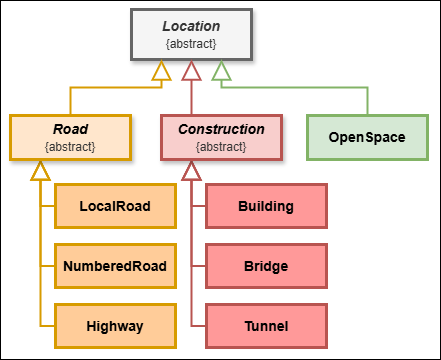
oasis-tcs/openc2-jadn-im keeps this draw.io diagram as images/Inheritance-Example-Vert.drawio.png. Above is the earlier version. Source tidied: cells renumbered, new cells last; positions are measured from the earlier drawing's top-left corner, leaving out a move shared by most shapes. Source of this version:
```xml
<mxGraphModel background="#FFFFFF">
  <root>
    <mxCell id="0" />
    <mxCell id="1" value="Background" parent="0" />
    <mxCell id="2" style="rounded=0;whiteSpace=wrap;html=1;" parent="1" vertex="1">
      <mxGeometry width="440" height="359" as="geometry" />
    </mxCell>
    <mxCell id="3" value="Inheritance Tree" parent="0" />
    <mxCell id="4" value="&lt;div&gt;&lt;span style=&quot;background-color: transparent; color: light-dark(rgb(51, 51, 51), rgb(193, 193, 193));&quot;&gt;&lt;i style=&quot;&quot;&gt;Location&lt;/i&gt;&lt;/span&gt;&lt;/div&gt;&lt;div&gt;&lt;span style=&quot;font-size: 12px; font-weight: 400;&quot;&gt;{abstract}&lt;/span&gt;&lt;span style=&quot;background-color: transparent; color: light-dark(rgb(51, 51, 51), rgb(193, 193, 193));&quot;&gt;&lt;/span&gt;&lt;/div&gt;" style="rounded=0;whiteSpace=wrap;html=1;fontStyle=1;fontSize=14;fillColor=#f5f5f5;fontColor=#333333;strokeColor=#666666;strokeWidth=3;shadow=1;" parent="3" vertex="1">
      <mxGeometry x="131" y="9" width="120" height="50" as="geometry" />
    </mxCell>
    <mxCell id="5" style="endArrow=block;endSize=16;endFill=0;html=1;rounded=0;entryX=0.75;entryY=1;entryDx=0;entryDy=0;exitX=0.5;exitY=0;exitDx=0;exitDy=0;edgeStyle=orthogonalEdgeStyle;strokeWidth=2;strokeColor=#82B366;" parent="3" edge="1" source="20" target="4">
      <mxGeometry relative="1" as="geometry" />
    </mxCell>
    <mxCell id="6" style="endArrow=block;endSize=16;endFill=0;html=1;rounded=0;entryX=0.25;entryY=1;entryDx=0;entryDy=0;exitX=0.5;exitY=0;exitDx=0;exitDy=0;edgeStyle=orthogonalEdgeStyle;strokeWidth=2;strokeColor=#D79B00;" parent="3" edge="1" source="21" target="4">
      <mxGeometry relative="1" as="geometry" />
    </mxCell>
    <mxCell id="7" style="endArrow=block;endSize=16;endFill=0;html=1;rounded=0;exitX=0.25;exitY=0;exitDx=0;exitDy=0;strokeWidth=2;entryX=0.5;entryY=1;entryDx=0;entryDy=0;strokeColor=#B85450;" parent="3" edge="1" source="22" target="4">
      <mxGeometry relative="1" as="geometry" />
    </mxCell>
    <mxCell id="8" style="endArrow=block;endSize=16;endFill=0;html=1;rounded=0;entryX=0.25;entryY=1;entryDx=0;entryDy=0;exitX=0;exitY=0.5;exitDx=0;exitDy=0;edgeStyle=orthogonalEdgeStyle;strokeWidth=2;strokeColor=#D79B00;" parent="3" edge="1" source="14" target="21">
      <mxGeometry relative="1" as="geometry" />
    </mxCell>
    <mxCell id="9" style="endArrow=block;endSize=16;endFill=0;html=1;rounded=0;entryX=0.25;entryY=1;entryDx=0;entryDy=0;exitX=0;exitY=0.5;exitDx=0;exitDy=0;edgeStyle=orthogonalEdgeStyle;strokeWidth=2;strokeColor=#D79B00;" parent="3" edge="1" source="15" target="21">
      <mxGeometry relative="1" as="geometry" />
    </mxCell>
    <mxCell id="10" style="endArrow=block;endSize=16;endFill=0;html=1;rounded=0;exitX=0;exitY=0.5;exitDx=0;exitDy=0;edgeStyle=orthogonalEdgeStyle;strokeWidth=2;entryX=0.25;entryY=1;entryDx=0;entryDy=0;strokeColor=#D79B00;" parent="3" edge="1" source="16" target="21">
      <mxGeometry relative="1" as="geometry" />
    </mxCell>
    <mxCell id="11" style="endArrow=block;endSize=16;endFill=0;html=1;rounded=0;exitX=0;exitY=0.5;exitDx=0;exitDy=0;edgeStyle=orthogonalEdgeStyle;strokeWidth=2;strokeColor=#B85450;entryX=0.25;entryY=1;entryDx=0;entryDy=0;" parent="3" edge="1" source="19" target="22">
      <mxGeometry relative="1" as="geometry" />
    </mxCell>
    <mxCell id="12" style="endArrow=block;endSize=16;endFill=0;html=1;rounded=0;exitX=0;exitY=0.5;exitDx=0;exitDy=0;edgeStyle=orthogonalEdgeStyle;strokeWidth=2;strokeColor=#B85450;entryX=0.25;entryY=1;entryDx=0;entryDy=0;" parent="3" edge="1" source="17" target="22">
      <mxGeometry relative="1" as="geometry" />
    </mxCell>
    <mxCell id="13" style="endArrow=block;endSize=16;endFill=0;html=1;rounded=0;exitX=0;exitY=0.5;exitDx=0;exitDy=0;edgeStyle=orthogonalEdgeStyle;strokeWidth=2;strokeColor=#B85450;entryX=0.25;entryY=1;entryDx=0;entryDy=0;" parent="3" edge="1" source="18" target="22">
      <mxGeometry relative="1" as="geometry" />
    </mxCell>
    <mxCell id="14" value="LocalRoad" style="rounded=0;whiteSpace=wrap;html=1;fontStyle=1;fontSize=14;fillColor=#FFCC99;strokeColor=#d79b00;strokeWidth=3;" parent="3" vertex="1">
      <mxGeometry x="55" y="184" width="120" height="43" as="geometry" />
    </mxCell>
    <mxCell id="15" value="NumberedRoad" style="rounded=0;whiteSpace=wrap;html=1;fontStyle=1;fontSize=14;fillColor=#FFCC99;strokeColor=#d79b00;strokeWidth=3;" parent="3" vertex="1">
      <mxGeometry x="55" y="244" width="120" height="43" as="geometry" />
    </mxCell>
    <mxCell id="16" value="Highway" style="rounded=0;whiteSpace=wrap;html=1;fontStyle=1;fontSize=14;fillColor=#FFCC99;strokeColor=#d79b00;strokeWidth=3;" parent="3" vertex="1">
      <mxGeometry x="55" y="304" width="120" height="43" as="geometry" />
    </mxCell>
    <mxCell id="17" value="Building" style="rounded=0;whiteSpace=wrap;html=1;fontStyle=1;fontSize=14;fillColor=#FF9999;strokeColor=#b85450;strokeWidth=3;" parent="3" vertex="1">
      <mxGeometry x="206" y="184" width="120" height="43" as="geometry" />
    </mxCell>
    <mxCell id="18" value="Tunnel" style="rounded=0;whiteSpace=wrap;html=1;fontStyle=1;fontSize=14;fillColor=#FF9999;strokeColor=#b85450;strokeWidth=3;" parent="3" vertex="1">
      <mxGeometry x="206" y="304" width="120" height="43" as="geometry" />
    </mxCell>
    <mxCell id="19" value="Bridge" style="rounded=0;whiteSpace=wrap;html=1;fontStyle=1;fontSize=14;fillColor=#FF9999;strokeColor=#b85450;strokeWidth=3;" parent="3" vertex="1">
      <mxGeometry x="206" y="244" width="120" height="43" as="geometry" />
    </mxCell>
    <mxCell id="20" value="OpenSpace" style="rounded=0;whiteSpace=wrap;html=1;fontStyle=1;fontSize=14;fillColor=#d5e8d4;strokeColor=#82b366;strokeWidth=3;" parent="3" vertex="1">
      <mxGeometry x="307" y="115" width="120" height="44" as="geometry" />
    </mxCell>
    <mxCell id="21" value="&lt;div&gt;&lt;i style=&quot;&quot;&gt;Road&lt;/i&gt;&lt;/div&gt;&lt;div&gt;&lt;span style=&quot;color: rgb(51, 51, 51); font-size: 12px; font-weight: 400;&quot;&gt;{abstract}&lt;/span&gt;&lt;/div&gt;" style="rounded=0;whiteSpace=wrap;html=1;fontStyle=1;fontSize=14;fillColor=#ffe6cc;strokeColor=#d79b00;strokeWidth=3;shadow=1;" parent="3" vertex="1">
      <mxGeometry x="10" y="115" width="120" height="44" as="geometry" />
    </mxCell>
    <mxCell id="22" value="&lt;div&gt;&lt;span style=&quot;background-color: transparent; color: light-dark(rgb(0, 0, 0), rgb(255, 255, 255));&quot;&gt;&lt;i style=&quot;&quot;&gt;Construction&lt;/i&gt;&lt;/span&gt;&lt;/div&gt;&lt;div&gt;&lt;span style=&quot;color: rgb(51, 51, 51); font-size: 12px; font-weight: 400;&quot;&gt;{abstract}&lt;/span&gt;&lt;span style=&quot;background-color: transparent; color: light-dark(rgb(0, 0, 0), rgb(255, 255, 255)); font-weight: normal;&quot;&gt;&lt;i&gt;&lt;/i&gt;&lt;/span&gt;&lt;/div&gt;" style="rounded=0;whiteSpace=wrap;html=1;fontStyle=1;fontSize=14;fillColor=#f8cecc;strokeColor=#b85450;strokeWidth=3;shadow=1;" parent="3" vertex="1">
      <mxGeometry x="161" y="115" width="120" height="44" as="geometry" />
    </mxCell>
  </root>
</mxGraphModel>
```
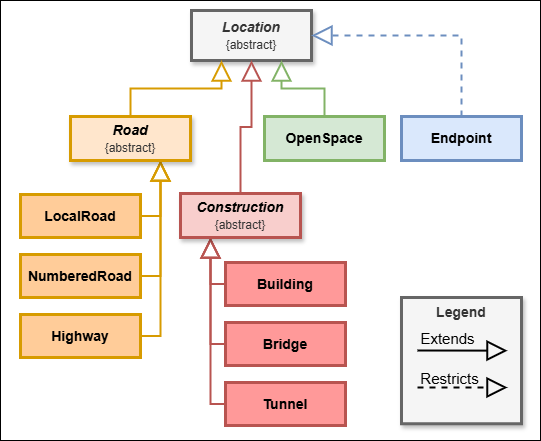
After the commit.

Commit message:
update inheritance diagram

What changed in the source:
```diff
@@ -3,9 +3,12 @@
     <mxCell id="0" />
     <mxCell id="1" value="Background" parent="0" />
     <mxCell id="2" style="rounded=0;whiteSpace=wrap;html=1;" parent="1" vertex="1">
-      <mxGeometry width="440" height="359" as="geometry" />
+      <mxGeometry x="-60" y="-1" width="540" height="440" as="geometry" />
     </mxCell>
     <mxCell id="3" value="Inheritance Tree" parent="0" />
+    <mxCell id="23" value="&lt;div&gt;&lt;span style=&quot;background-color: transparent; color: light-dark(rgb(51, 51, 51), rgb(193, 193, 193));&quot;&gt;Legend&lt;/span&gt;&lt;/div&gt;&lt;div&gt;&lt;br&gt;&lt;/div&gt;" style="rounded=0;whiteSpace=wrap;html=1;fontStyle=1;fontSize=14;fillColor=#f5f5f5;fontColor=#333333;strokeColor=#666666;strokeWidth=3;shadow=1;verticalAlign=top;" parent="3" vertex="1">
+      <mxGeometry x="341" y="296" width="120" height="126.2" as="geometry" />
+    </mxCell>
     <mxCell id="4" value="&lt;div&gt;&lt;span style=&quot;background-color: transparent; color: light-dark(rgb(51, 51, 51), rgb(193, 193, 193));&quot;&gt;&lt;i style=&quot;&quot;&gt;Location&lt;/i&gt;&lt;/span&gt;&lt;/div&gt;&lt;div&gt;&lt;span style=&quot;font-size: 12px; font-weight: 400;&quot;&gt;{abstract}&lt;/span&gt;&lt;span style=&quot;background-color: transparent; color: light-dark(rgb(51, 51, 51), rgb(193, 193, 193));&quot;&gt;&lt;/span&gt;&lt;/div&gt;" style="rounded=0;whiteSpace=wrap;html=1;fontStyle=1;fontSize=14;fillColor=#f5f5f5;fontColor=#333333;strokeColor=#666666;strokeWidth=3;shadow=1;" parent="3" vertex="1">
       <mxGeometry x="131" y="9" width="120" height="50" as="geometry" />
     </mxCell>
@@ -15,16 +18,16 @@
     <mxCell id="6" style="endArrow=block;endSize=16;endFill=0;html=1;rounded=0;entryX=0.25;entryY=1;entryDx=0;entryDy=0;exitX=0.5;exitY=0;exitDx=0;exitDy=0;edgeStyle=orthogonalEdgeStyle;strokeWidth=2;strokeColor=#D79B00;" parent="3" edge="1" source="21" target="4">
       <mxGeometry relative="1" as="geometry" />
     </mxCell>
-    <mxCell id="7" style="endArrow=block;endSize=16;endFill=0;html=1;rounded=0;exitX=0.25;exitY=0;exitDx=0;exitDy=0;strokeWidth=2;entryX=0.5;entryY=1;entryDx=0;entryDy=0;strokeColor=#B85450;" parent="3" edge="1" source="22" target="4">
+    <mxCell id="7" style="endArrow=block;endSize=16;endFill=0;html=1;rounded=0;strokeWidth=2;entryX=0.5;entryY=1;entryDx=0;entryDy=0;strokeColor=#B85450;edgeStyle=orthogonalEdgeStyle;exitX=0.5;exitY=0;exitDx=0;exitDy=0;" parent="3" edge="1" source="22" target="4">
       <mxGeometry relative="1" as="geometry" />
     </mxCell>
-    <mxCell id="8" style="endArrow=block;endSize=16;endFill=0;html=1;rounded=0;entryX=0.25;entryY=1;entryDx=0;entryDy=0;exitX=0;exitY=0.5;exitDx=0;exitDy=0;edgeStyle=orthogonalEdgeStyle;strokeWidth=2;strokeColor=#D79B00;" parent="3" edge="1" source="14" target="21">
+    <mxCell id="8" style="endArrow=block;endSize=16;endFill=0;html=1;rounded=0;entryX=0.75;entryY=1;entryDx=0;entryDy=0;exitX=1;exitY=0.5;exitDx=0;exitDy=0;edgeStyle=orthogonalEdgeStyle;strokeWidth=2;strokeColor=#D79B00;" parent="3" edge="1" source="14" target="21">
       <mxGeometry relative="1" as="geometry" />
     </mxCell>
-    <mxCell id="9" style="endArrow=block;endSize=16;endFill=0;html=1;rounded=0;entryX=0.25;entryY=1;entryDx=0;entryDy=0;exitX=0;exitY=0.5;exitDx=0;exitDy=0;edgeStyle=orthogonalEdgeStyle;strokeWidth=2;strokeColor=#D79B00;" parent="3" edge="1" source="15" target="21">
+    <mxCell id="9" style="endArrow=block;endSize=16;endFill=0;html=1;rounded=0;entryX=0.75;entryY=1;entryDx=0;entryDy=0;exitX=1;exitY=0.5;exitDx=0;exitDy=0;edgeStyle=orthogonalEdgeStyle;strokeWidth=2;strokeColor=#D79B00;" parent="3" edge="1" source="15" target="21">
       <mxGeometry relative="1" as="geometry" />
     </mxCell>
-    <mxCell id="10" style="endArrow=block;endSize=16;endFill=0;html=1;rounded=0;exitX=0;exitY=0.5;exitDx=0;exitDy=0;edgeStyle=orthogonalEdgeStyle;strokeWidth=2;entryX=0.25;entryY=1;entryDx=0;entryDy=0;strokeColor=#D79B00;" parent="3" edge="1" source="16" target="21">
+    <mxCell id="10" style="endArrow=block;endSize=16;endFill=0;html=1;rounded=0;edgeStyle=orthogonalEdgeStyle;strokeWidth=2;entryX=0.75;entryY=1;entryDx=0;entryDy=0;strokeColor=#D79B00;exitX=1;exitY=0.5;exitDx=0;exitDy=0;" parent="3" edge="1" source="16" target="21">
       <mxGeometry relative="1" as="geometry" />
     </mxCell>
     <mxCell id="11" style="endArrow=block;endSize=16;endFill=0;html=1;rounded=0;exitX=0;exitY=0.5;exitDx=0;exitDy=0;edgeStyle=orthogonalEdgeStyle;strokeWidth=2;strokeColor=#B85450;entryX=0.25;entryY=1;entryDx=0;entryDy=0;" parent="3" edge="1" source="19" target="22">
@@ -37,31 +40,59 @@
       <mxGeometry relative="1" as="geometry" />
     </mxCell>
     <mxCell id="14" value="LocalRoad" style="rounded=0;whiteSpace=wrap;html=1;fontStyle=1;fontSize=14;fillColor=#FFCC99;strokeColor=#d79b00;strokeWidth=3;" parent="3" vertex="1">
-      <mxGeometry x="55" y="184" width="120" height="43" as="geometry" />
+      <mxGeometry x="-40" y="193" width="120" height="43" as="geometry" />
     </mxCell>
     <mxCell id="15" value="NumberedRoad" style="rounded=0;whiteSpace=wrap;html=1;fontStyle=1;fontSize=14;fillColor=#FFCC99;strokeColor=#d79b00;strokeWidth=3;" parent="3" vertex="1">
-      <mxGeometry x="55" y="244" width="120" height="43" as="geometry" />
+      <mxGeometry x="-40" y="253" width="120" height="43" as="geometry" />
     </mxCell>
     <mxCell id="16" value="Highway" style="rounded=0;whiteSpace=wrap;html=1;fontStyle=1;fontSize=14;fillColor=#FFCC99;strokeColor=#d79b00;strokeWidth=3;" parent="3" vertex="1">
-      <mxGeometry x="55" y="304" width="120" height="43" as="geometry" />
+      <mxGeometry x="-40" y="313" width="120" height="43" as="geometry" />
     </mxCell>
     <mxCell id="17" value="Building" style="rounded=0;whiteSpace=wrap;html=1;fontStyle=1;fontSize=14;fillColor=#FF9999;strokeColor=#b85450;strokeWidth=3;" parent="3" vertex="1">
-      <mxGeometry x="206" y="184" width="120" height="43" as="geometry" />
+      <mxGeometry x="165" y="261" width="120" height="43" as="geometry" />
     </mxCell>
     <mxCell id="18" value="Tunnel" style="rounded=0;whiteSpace=wrap;html=1;fontStyle=1;fontSize=14;fillColor=#FF9999;strokeColor=#b85450;strokeWidth=3;" parent="3" vertex="1">
-      <mxGeometry x="206" y="304" width="120" height="43" as="geometry" />
+      <mxGeometry x="165" y="381" width="120" height="43" as="geometry" />
     </mxCell>
     <mxCell id="19" value="Bridge" style="rounded=0;whiteSpace=wrap;html=1;fontStyle=1;fontSize=14;fillColor=#FF9999;strokeColor=#b85450;strokeWidth=3;" parent="3" vertex="1">
-      <mxGeometry x="206" y="244" width="120" height="43" as="geometry" />
+      <mxGeometry x="165" y="321" width="120" height="43" as="geometry" />
     </mxCell>
     <mxCell id="20" value="OpenSpace" style="rounded=0;whiteSpace=wrap;html=1;fontStyle=1;fontSize=14;fillColor=#d5e8d4;strokeColor=#82b366;strokeWidth=3;" parent="3" vertex="1">
-      <mxGeometry x="307" y="115" width="120" height="44" as="geometry" />
+      <mxGeometry x="204" y="115" width="120" height="44" as="geometry" />
     </mxCell>
     <mxCell id="21" value="&lt;div&gt;&lt;i style=&quot;&quot;&gt;Road&lt;/i&gt;&lt;/div&gt;&lt;div&gt;&lt;span style=&quot;color: rgb(51, 51, 51); font-size: 12px; font-weight: 400;&quot;&gt;{abstract}&lt;/span&gt;&lt;/div&gt;" style="rounded=0;whiteSpace=wrap;html=1;fontStyle=1;fontSize=14;fillColor=#ffe6cc;strokeColor=#d79b00;strokeWidth=3;shadow=1;" parent="3" vertex="1">
       <mxGeometry x="10" y="115" width="120" height="44" as="geometry" />
     </mxCell>
     <mxCell id="22" value="&lt;div&gt;&lt;span style=&quot;background-color: transparent; color: light-dark(rgb(0, 0, 0), rgb(255, 255, 255));&quot;&gt;&lt;i style=&quot;&quot;&gt;Construction&lt;/i&gt;&lt;/span&gt;&lt;/div&gt;&lt;div&gt;&lt;span style=&quot;color: rgb(51, 51, 51); font-size: 12px; font-weight: 400;&quot;&gt;{abstract}&lt;/span&gt;&lt;span style=&quot;background-color: transparent; color: light-dark(rgb(0, 0, 0), rgb(255, 255, 255)); font-weight: normal;&quot;&gt;&lt;i&gt;&lt;/i&gt;&lt;/span&gt;&lt;/div&gt;" style="rounded=0;whiteSpace=wrap;html=1;fontStyle=1;fontSize=14;fillColor=#f8cecc;strokeColor=#b85450;strokeWidth=3;shadow=1;" parent="3" vertex="1">
-      <mxGeometry x="161" y="115" width="120" height="44" as="geometry" />
+      <mxGeometry x="120" y="192" width="120" height="44" as="geometry" />
     </mxCell>
+    <mxCell id="24" style="endArrow=block;endSize=16;endFill=0;html=1;rounded=0;strokeWidth=2;strokeColor=#000000;fontSize=15;" parent="3" edge="1">
+      <mxGeometry relative="1" as="geometry">
+        <mxPoint x="357" y="349" as="sourcePoint" />
+        <mxPoint x="447" y="349.2" as="targetPoint" />
+      </mxGeometry>
+    </mxCell>
+    <mxCell id="25" value="Extends" style="edgeLabel;html=1;align=center;verticalAlign=middle;labelBackgroundColor=none;fontSize=15;" parent="24" vertex="1">
+      <mxGeometry relative="1" as="geometry">
+        <mxPoint x="-15" y="-13" as="offset" />
+      </mxGeometry>
+    </mxCell>
+    <mxCell id="26" style="endArrow=block;endSize=16;endFill=0;html=1;rounded=0;strokeWidth=2;strokeColor=#000000;dashed=1;fontSize=15;" parent="3" edge="1">
+      <mxGeometry relative="1" as="geometry">
+        <mxPoint x="357" y="386" as="sourcePoint" />
+        <mxPoint x="447" y="386" as="targetPoint" />
+      </mxGeometry>
+    </mxCell>
+    <mxCell id="27" value="Restricts" style="edgeLabel;html=1;align=center;verticalAlign=middle;labelBackgroundColor=none;fontSize=15;" parent="26" vertex="1">
+      <mxGeometry relative="1" as="geometry">
+        <mxPoint x="-14" y="-10" as="offset" />
+      </mxGeometry>
+    </mxCell>
+    <mxCell id="28" value="Endpoint" style="rounded=0;whiteSpace=wrap;html=1;fontStyle=1;fontSize=14;fillColor=#dae8fc;strokeColor=#6c8ebf;strokeWidth=3;" parent="3" vertex="1">
+      <mxGeometry x="341" y="115" width="120" height="44" as="geometry" />
+    </mxCell>
+    <mxCell id="29" style="endArrow=block;endSize=16;endFill=0;html=1;rounded=0;entryX=1;entryY=0.5;entryDx=0;entryDy=0;exitX=0.5;exitY=0;exitDx=0;exitDy=0;edgeStyle=orthogonalEdgeStyle;strokeWidth=2;strokeColor=#6C8EBF;dashed=1;" parent="3" edge="1" source="28" target="4">
+      <mxGeometry relative="1" as="geometry" />
+    </mxCell>
   </root>
 </mxGraphModel>
```
